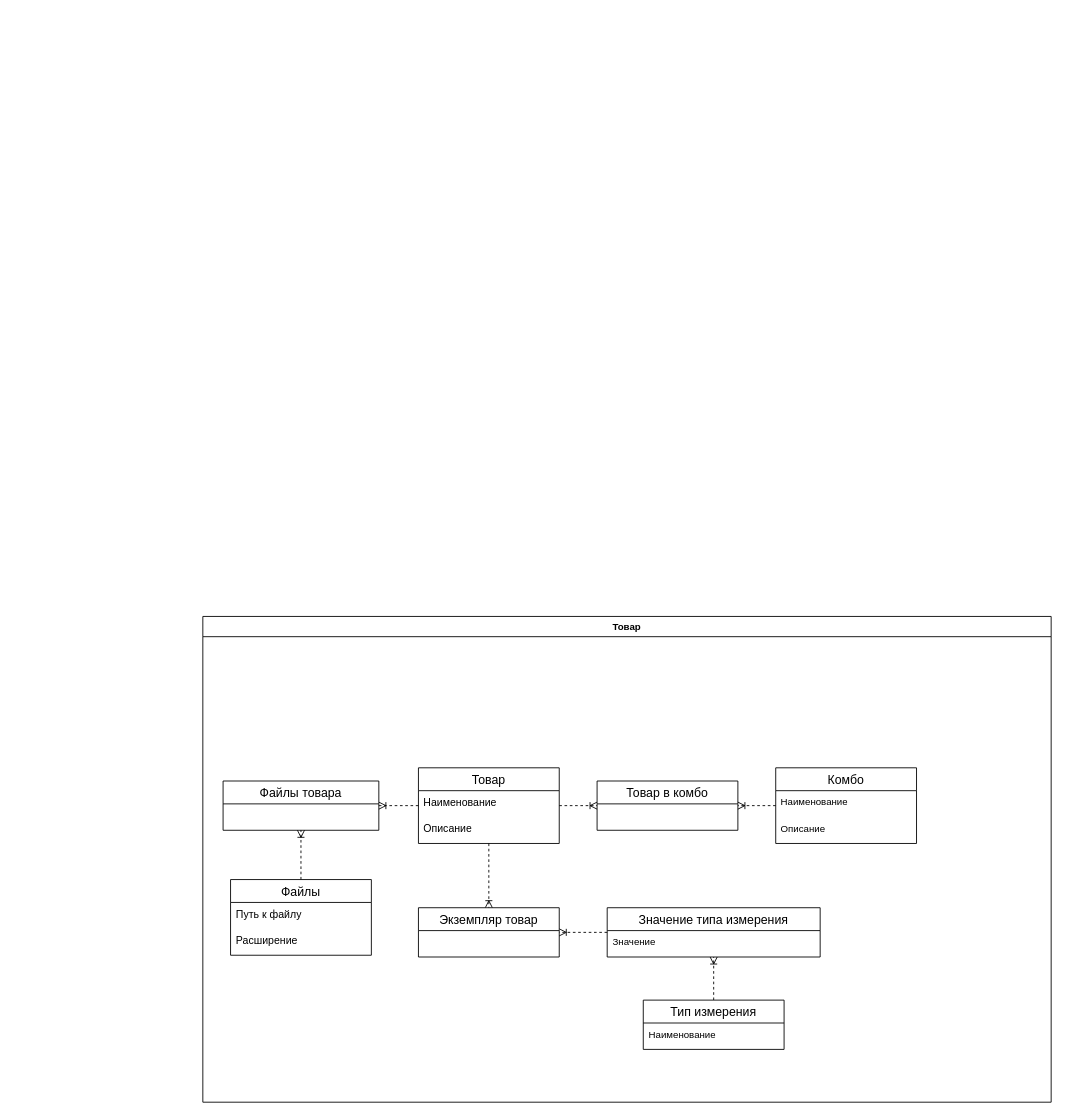
Above: Информационно-логическая диаграмма базы данных.drawio in VladZainullin/LiquorStore (draw.io), before the change. Source tidied: cells renumbered, new cells numbered last; positions are measured from the earlier drawing's top-left corner, leaving out a move shared by most shapes. Both pictures are drawn from the tidied source at 88%, with x=0, y=0 at pixel (202, 616).
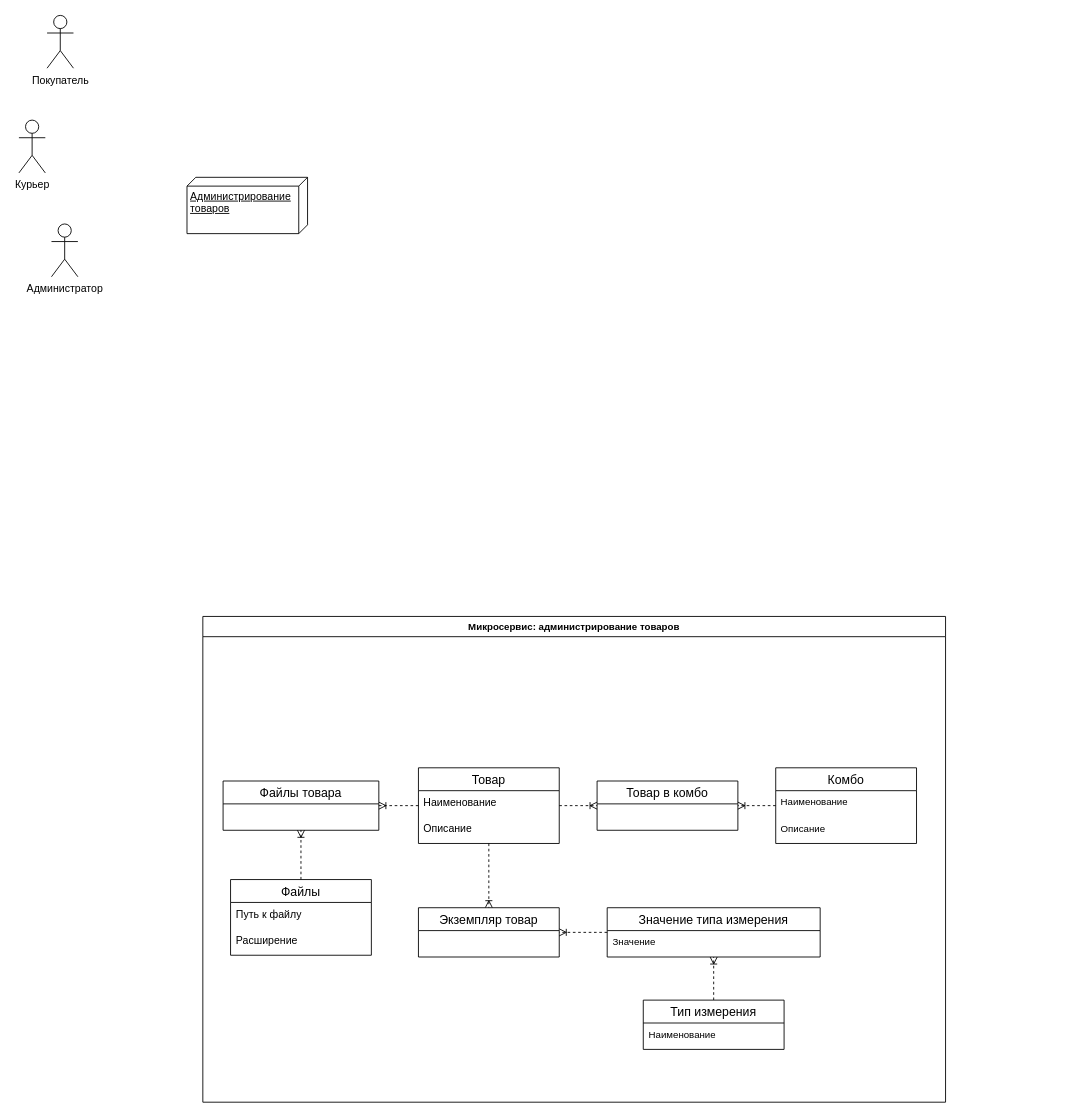
After the change.

Change to the diagram source:
```diff
@@
-    <mxCell id="2" value="Товар" style="swimlane;whiteSpace=wrap;html=1;fontFamily=Helvetica;fontSize=11;fontColor=default;labelBackgroundColor=default;" parent="1" vertex="1">
-      <mxGeometry width="964" height="552" as="geometry" />
+    <mxCell id="2" value="Микросервис: администрирование товаров" style="swimlane;whiteSpace=wrap;html=1;fontFamily=Helvetica;fontSize=11;fontColor=default;labelBackgroundColor=default;" parent="1" vertex="1">
+      <mxGeometry width="844" height="552" as="geometry" />
     </mxCell>
@@
+    <mxCell id="26" value="Покупатель" style="shape=umlActor;verticalLabelPosition=bottom;verticalAlign=top;html=1;" parent="1" vertex="1">
+      <mxGeometry x="-177" y="-683" width="30" height="60" as="geometry" />
+    </mxCell>
+    <mxCell id="27" value="Курьер" style="shape=umlActor;verticalLabelPosition=bottom;verticalAlign=top;html=1;" parent="1" vertex="1">
+      <mxGeometry x="-209" y="-564" width="30" height="60" as="geometry" />
+    </mxCell>
+    <mxCell id="28" value="Администратор" style="shape=umlActor;verticalLabelPosition=bottom;verticalAlign=top;html=1;" parent="1" vertex="1">
+      <mxGeometry x="-172" y="-446" width="30" height="60" as="geometry" />
+    </mxCell>
+    <mxCell id="29" value="Администрирование&lt;div&gt;товаров&lt;/div&gt;" style="verticalAlign=top;align=left;spacingTop=8;spacingLeft=2;spacingRight=12;shape=cube;size=10;direction=south;fontStyle=4;html=1;whiteSpace=wrap;" parent="1" vertex="1">
+      <mxGeometry x="-18" y="-499" width="137" height="64" as="geometry" />
+    </mxCell>
```
